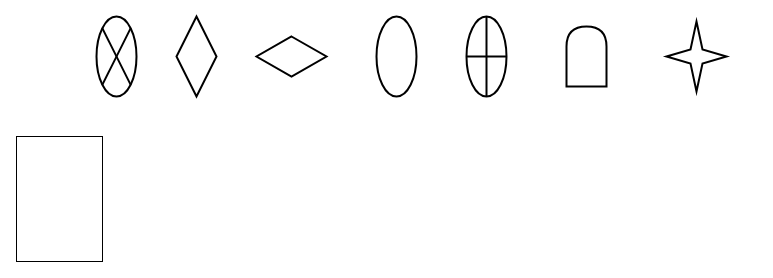
The draw.io diagram icon-diagram.drawio in lauqerm/ygoboarder, before the edit. Source tidied: cells renumbered, new cells numbered last; positions are measured from the earlier drawing's top-left corner, leaving out a move shared by most shapes. Both pictures are drawn from the tidied source at 100%, with x=0, y=0 at pixel (16, 16).
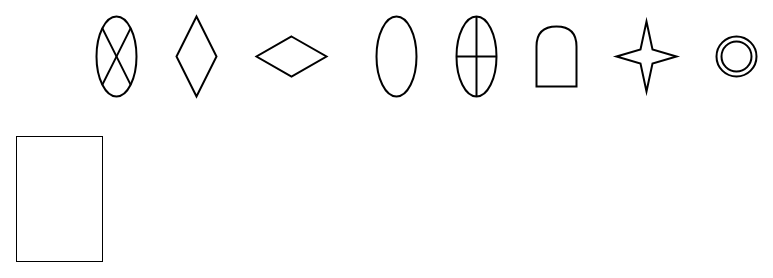
The same page after the edit.

The edit, as a diff of the source:
```diff
@@
 <mxGraphModel>
   <root>
     <mxCell id="0" />
     <mxCell id="1" parent="0" />
     <mxCell id="2" style="rounded=0;whiteSpace=wrap;html=1;" parent="1" vertex="1">
       <mxGeometry y="120" width="86" height="125" as="geometry" />
     </mxCell>
     <mxCell id="3" style="rhombus;whiteSpace=wrap;html=1;fillColor=none;strokeWidth=2;" parent="1" vertex="1">
       <mxGeometry x="160" width="40" height="80" as="geometry" />
     </mxCell>
     <mxCell id="4" style="rhombus;whiteSpace=wrap;html=1;fillColor=none;strokeWidth=2;" parent="1" vertex="1">
       <mxGeometry x="240" y="20" width="70" height="40" as="geometry" />
     </mxCell>
     <mxCell id="5" style="ellipse;whiteSpace=wrap;html=1;fillColor=none;strokeWidth=2;" parent="1" vertex="1">
       <mxGeometry x="360" width="40" height="80" as="geometry" />
     </mxCell>
     <mxCell id="6" style="shape=delay;whiteSpace=wrap;html=1;rotation=-90;fillColor=none;strokeWidth=2;" parent="1" vertex="1">
-      <mxGeometry x="540" y="20" width="60" height="40" as="geometry" />
+      <mxGeometry x="510" y="20" width="60" height="40" as="geometry" />
     </mxCell>
     <mxCell id="7" style="verticalLabelPosition=bottom;verticalAlign=top;html=1;shape=mxgraph.flowchart.summing_function;fillColor=none;strokeWidth=2;" parent="1" vertex="1">
-      <mxGeometry x="450" width="40" height="80" as="geometry" />
+      <mxGeometry x="440" width="40" height="80" as="geometry" />
     </mxCell>
     <mxCell id="8" style="verticalLabelPosition=bottom;verticalAlign=top;html=1;shape=mxgraph.basic.4_point_star_2;dx=0.8;fillColor=none;strokeWidth=2;" parent="1" vertex="1">
-      <mxGeometry x="650" y="5" width="60" height="70" as="geometry" />
+      <mxGeometry x="600" y="5" width="60" height="70" as="geometry" />
     </mxCell>
     <mxCell id="9" style="shape=sumEllipse;perimeter=ellipsePerimeter;whiteSpace=wrap;html=1;backgroundOutline=1;strokeWidth=2;fillColor=none;" parent="1" vertex="1">
       <mxGeometry x="80" width="40" height="80" as="geometry" />
     </mxCell>
+    <mxCell id="10" style="ellipse;whiteSpace=wrap;html=1;strokeWidth=2;fillColor=none;" parent="1" vertex="1">
+      <mxGeometry x="700" y="20" width="40" height="40" as="geometry" />
+    </mxCell>
+    <mxCell id="11" style="ellipse;whiteSpace=wrap;html=1;strokeWidth=2;fillColor=none;" parent="1" vertex="1">
+      <mxGeometry x="705" y="25" width="30" height="30" as="geometry" />
+    </mxCell>
   </root>
 </mxGraphModel>
```
